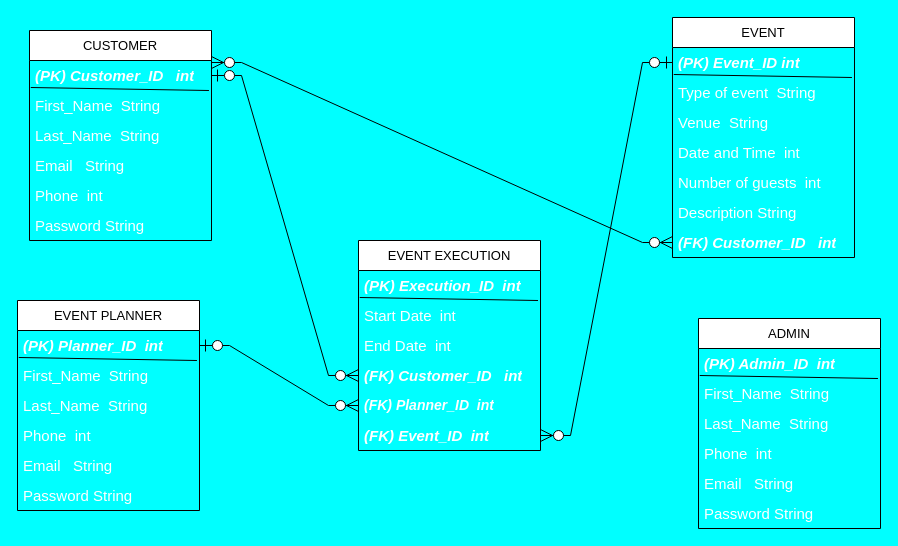
Earlier version of the draw.io diagram page "Page-4" (4 of 9) of Untitled Diagram.drawio (Thuo001/ISProposal). Source tidied: cells renumbered, new cells numbered last; positions are measured from the earlier drawing's top-left corner, leaving out a move shared by most shapes. Both pictures are drawn from the tidied source at 100%, with x=0, y=0 at pixel (17, 17).
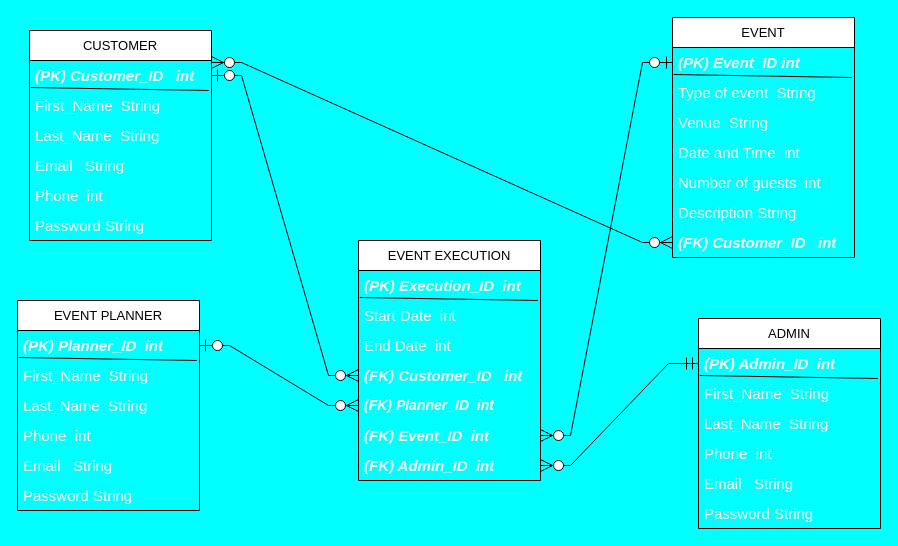
Above is the later version.

Unchanged cells that the change refers to:
```xml
<mxCell id="21" value="&lt;i style=&quot;&quot;&gt;&lt;b&gt;&lt;font color=&quot;#ffffff&quot; style=&quot;font-size: 15px;&quot;&gt;(PK) Admin_ID&amp;nbsp; int&lt;/font&gt;&lt;/b&gt;&lt;/i&gt;" style="text;strokeColor=none;fillColor=none;align=left;verticalAlign=middle;spacingLeft=4;spacingRight=4;overflow=hidden;points=[[0,0.5],[1,0.5]];portConstraint=eastwest;whiteSpace=wrap;html=1;opacity=0;" parent="19" vertex="1">
  <mxGeometry y="30" width="182" height="30" as="geometry" />
</mxCell>
```

Diff of the diagram source:
```diff
@@
     <mxCell id="35" value="&lt;span style=&quot;font-size: 13px;&quot;&gt;EVENT EXECUTION&lt;/span&gt;" style="swimlane;fontStyle=0;horizontal=1;startSize=30;whiteSpace=wrap;html=1;" parent="1" vertex="1">
-      <mxGeometry x="341" y="223" width="182" height="210" as="geometry" />
+      <mxGeometry x="341" y="223" width="182" height="240" as="geometry" />
     </mxCell>
@@
+    <mxCell id="47" value="&lt;i style=&quot;&quot;&gt;&lt;b&gt;&lt;font color=&quot;#ffffff&quot; style=&quot;font-size: 15px;&quot;&gt;(FK) Admin_ID&amp;nbsp; int&lt;/font&gt;&lt;/b&gt;&lt;/i&gt;" style="text;strokeColor=none;fillColor=none;align=left;verticalAlign=middle;spacingLeft=4;spacingRight=4;overflow=hidden;points=[[0,0.5],[1,0.5]];portConstraint=eastwest;whiteSpace=wrap;html=1;opacity=0;" parent="35" vertex="1">
+      <mxGeometry y="210" width="182" height="30" as="geometry" />
+    </mxCell>
@@
+    <mxCell id="48" style="edgeStyle=entityRelationEdgeStyle;fontSize=12;html=1;endArrow=ERzeroToMany;startArrow=ERmandOne;rounded=0;exitX=0;exitY=0.5;exitDx=0;exitDy=0;entryX=1;entryY=0.5;entryDx=0;entryDy=0;endSize=10;startSize=10;" parent="1" edge="1" source="21" target="47">
+      <mxGeometry relative="1" as="geometry" />
+    </mxCell>
```
